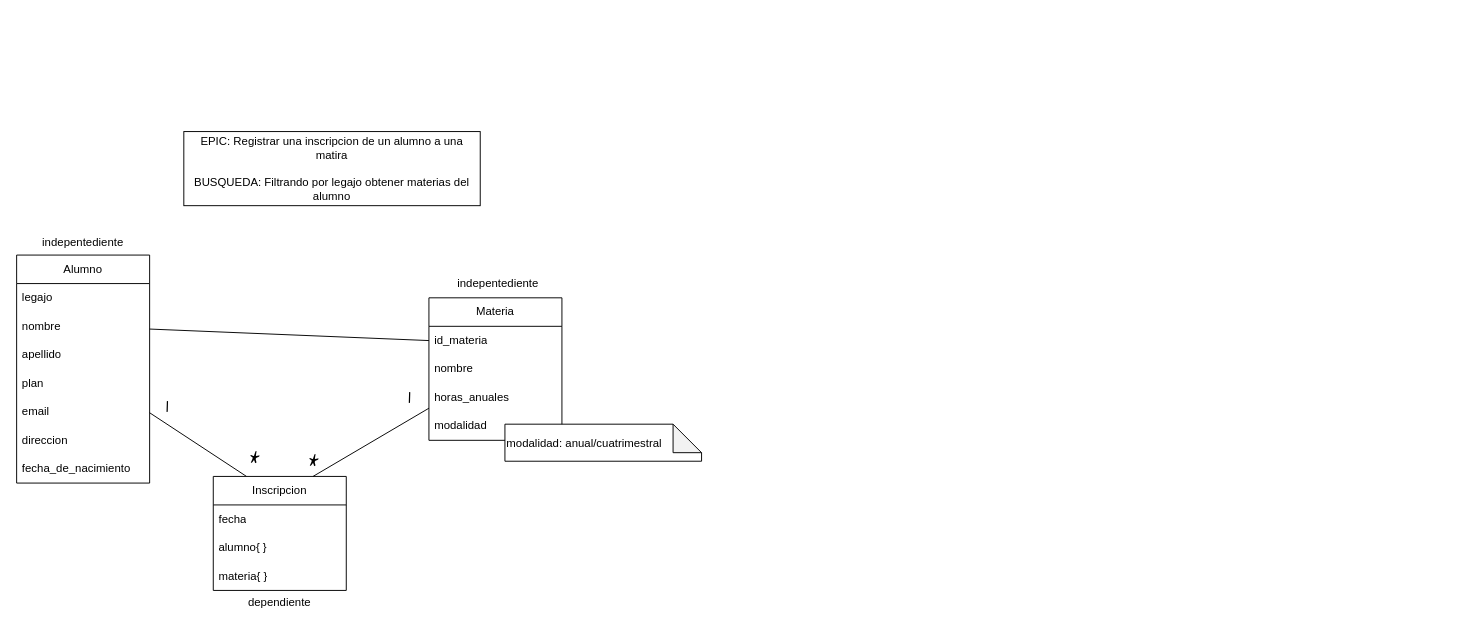
Earlier version of the draw.io diagram modelo.drawio (FedeeMest/fullstack_app_FB). Source tidied: cells renumbered, new cells numbered last; positions are measured from the earlier drawing's top-left corner, leaving out a move shared by most shapes. Both pictures are drawn from the tidied source at 95%, with x=0, y=0 at pixel (16, 131).
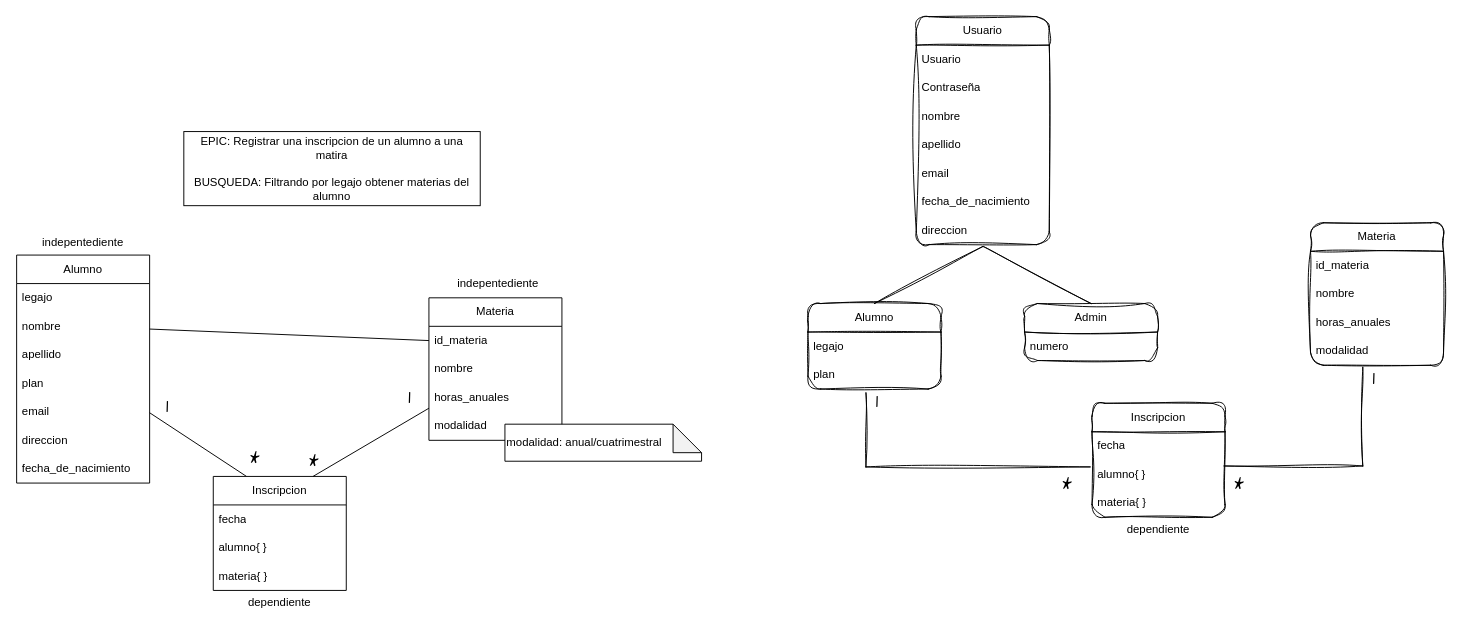
Above is the later version.

Diff of the diagram source:
```diff
@@
+    <mxCell id="31" style="edgeStyle=none;sketch=1;hachureGap=4;jiggle=2;curveFitting=1;html=1;fontFamily=Architects Daughter;fontSize=16;exitX=0.436;exitY=1.133;exitDx=0;exitDy=0;exitPerimeter=0;entryX=-0.014;entryY=0.233;entryDx=0;entryDy=0;entryPerimeter=0;endArrow=none;endFill=0;rounded=0;" parent="1" edge="1" source="34" target="42">
+      <mxGeometry relative="1" as="geometry">
+        <Array as="points">
+          <mxPoint x="894" y="353" />
+        </Array>
+      </mxGeometry>
+    </mxCell>
+    <mxCell id="32" value="Alumno" style="swimlane;fontStyle=0;horizontal=1;startSize=30;whiteSpace=wrap;html=1;sketch=1;curveFitting=1;jiggle=2;rounded=1;glass=0;shadow=0;" parent="1" vertex="1">
+      <mxGeometry x="833" y="181" width="140" height="90" as="geometry" />
+    </mxCell>
+    <mxCell id="33" value="legajo" style="text;strokeColor=none;fillColor=none;align=left;verticalAlign=middle;spacingLeft=4;spacingRight=4;overflow=hidden;whiteSpace=wrap;html=1;" parent="32" vertex="1">
+      <mxGeometry y="30" width="140" height="30" as="geometry" />
+    </mxCell>
+    <mxCell id="34" value="plan" style="text;strokeColor=none;fillColor=none;align=left;verticalAlign=middle;spacingLeft=4;spacingRight=4;overflow=hidden;points=[[0,0.5],[1,0.5]];portConstraint=eastwest;whiteSpace=wrap;html=1;" parent="32" vertex="1">
+      <mxGeometry y="60" width="140" height="30" as="geometry" />
+    </mxCell>
+    <mxCell id="35" value="Materia" style="swimlane;fontStyle=0;horizontal=1;startSize=30;whiteSpace=wrap;html=1;sketch=1;curveFitting=1;jiggle=2;rounded=1;" parent="1" vertex="1">
+      <mxGeometry x="1362" y="96" width="140" height="150" as="geometry" />
+    </mxCell>
+    <mxCell id="36" value="id_materia" style="text;strokeColor=none;fillColor=none;align=left;verticalAlign=middle;spacingLeft=4;spacingRight=4;overflow=hidden;whiteSpace=wrap;html=1;" parent="35" vertex="1">
+      <mxGeometry y="30" width="140" height="30" as="geometry" />
+    </mxCell>
+    <mxCell id="37" value="nombre" style="text;strokeColor=none;fillColor=none;align=left;verticalAlign=middle;spacingLeft=4;spacingRight=4;overflow=hidden;whiteSpace=wrap;html=1;" parent="35" vertex="1">
+      <mxGeometry y="60" width="140" height="30" as="geometry" />
+    </mxCell>
+    <mxCell id="38" value="horas_anuales" style="text;strokeColor=none;fillColor=none;align=left;verticalAlign=middle;spacingLeft=4;spacingRight=4;overflow=hidden;whiteSpace=wrap;html=1;" parent="35" vertex="1">
+      <mxGeometry y="90" width="140" height="30" as="geometry" />
+    </mxCell>
+    <mxCell id="39" value="modalidad" style="text;strokeColor=none;fillColor=none;align=left;verticalAlign=middle;spacingLeft=4;spacingRight=4;overflow=hidden;points=[[0,0.5],[1,0.5]];portConstraint=eastwest;whiteSpace=wrap;html=1;" parent="35" vertex="1">
+      <mxGeometry y="120" width="140" height="30" as="geometry" />
+    </mxCell>
+    <mxCell id="40" value="Inscripcion" style="swimlane;fontStyle=0;horizontal=1;startSize=30;whiteSpace=wrap;html=1;sketch=1;curveFitting=1;jiggle=2;rounded=1;" parent="1" vertex="1">
+      <mxGeometry x="1132" y="286" width="140" height="120" as="geometry" />
+    </mxCell>
+    <mxCell id="41" value="fecha" style="text;strokeColor=none;fillColor=none;align=left;verticalAlign=middle;spacingLeft=4;spacingRight=4;overflow=hidden;whiteSpace=wrap;html=1;" parent="40" vertex="1">
+      <mxGeometry y="30" width="140" height="30" as="geometry" />
+    </mxCell>
+    <mxCell id="42" value="alumno{&amp;nbsp;&lt;span style=&quot;background-color: initial;&quot;&gt;}&lt;/span&gt;" style="text;strokeColor=none;fillColor=none;align=left;verticalAlign=middle;spacingLeft=4;spacingRight=4;overflow=hidden;points=[[0,0.5],[1,0.5]];portConstraint=eastwest;whiteSpace=wrap;html=1;" parent="40" vertex="1">
+      <mxGeometry y="60" width="140" height="30" as="geometry" />
+    </mxCell>
+    <mxCell id="43" value="materia{ }" style="text;strokeColor=none;fillColor=none;align=left;verticalAlign=middle;spacingLeft=4;spacingRight=4;overflow=hidden;whiteSpace=wrap;html=1;" parent="40" vertex="1">
+      <mxGeometry y="90" width="140" height="30" as="geometry" />
+    </mxCell>
+    <mxCell id="44" value="dependiente" style="text;html=1;align=center;verticalAlign=middle;whiteSpace=wrap;rounded=0;" parent="1" vertex="1">
+      <mxGeometry x="1172" y="404" width="60" height="30" as="geometry" />
+    </mxCell>
+    <mxCell id="45" style="jettySize=auto;html=1;endArrow=none;endFill=0;exitX=0.393;exitY=1.067;exitDx=0;exitDy=0;exitPerimeter=0;rounded=0;sketch=1;curveFitting=1;jiggle=2;" parent="1" edge="1" source="39">
+      <mxGeometry relative="1" as="geometry">
+        <mxPoint x="1271" y="352" as="targetPoint" />
+        <Array as="points">
+          <mxPoint x="1417" y="352" />
+        </Array>
+      </mxGeometry>
+    </mxCell>
+    <mxCell id="46" value="*" style="text;html=1;strokeColor=none;fillColor=none;align=center;verticalAlign=middle;whiteSpace=wrap;rounded=0;sketch=1;hachureGap=4;jiggle=2;curveFitting=1;fontFamily=Architects Daughter;fontSize=20;" parent="1" vertex="1">
+      <mxGeometry x="1076" y="357" width="60" height="30" as="geometry" />
+    </mxCell>
+    <mxCell id="47" value="1" style="text;html=1;strokeColor=none;fillColor=none;align=center;verticalAlign=middle;whiteSpace=wrap;rounded=0;sketch=1;hachureGap=4;jiggle=2;curveFitting=1;fontFamily=Architects Daughter;fontSize=20;" parent="1" vertex="1">
+      <mxGeometry x="1399" y="244" width="60" height="30" as="geometry" />
+    </mxCell>
+    <mxCell id="48" value="*" style="text;html=1;strokeColor=none;fillColor=none;align=center;verticalAlign=middle;whiteSpace=wrap;rounded=0;sketch=1;hachureGap=4;jiggle=2;curveFitting=1;fontFamily=Architects Daughter;fontSize=20;" parent="1" vertex="1">
+      <mxGeometry x="1257" y="357" width="60" height="30" as="geometry" />
+    </mxCell>
+    <mxCell id="49" value="Admin" style="swimlane;fontStyle=0;horizontal=1;startSize=30;whiteSpace=wrap;html=1;sketch=1;curveFitting=1;jiggle=2;rounded=1;" parent="1" vertex="1">
+      <mxGeometry x="1061" y="181" width="140" height="60" as="geometry" />
+    </mxCell>
+    <mxCell id="50" value="numero" style="text;strokeColor=none;fillColor=none;align=left;verticalAlign=middle;spacingLeft=4;spacingRight=4;overflow=hidden;whiteSpace=wrap;html=1;glass=0;rounded=0;" parent="49" vertex="1">
+      <mxGeometry y="30" width="140" height="30" as="geometry" />
+    </mxCell>
+    <mxCell id="51" style="edgeStyle=none;sketch=1;hachureGap=4;jiggle=2;curveFitting=1;html=1;entryX=0.5;entryY=0;entryDx=0;entryDy=0;fontFamily=Architects Daughter;fontSize=16;exitX=0.5;exitY=1.067;exitDx=0;exitDy=0;exitPerimeter=0;endArrow=none;endFill=0;" parent="1" edge="1" source="59" target="32">
+      <mxGeometry relative="1" as="geometry" />
+    </mxCell>
+    <mxCell id="52" value="Usuario" style="swimlane;fontStyle=0;horizontal=1;startSize=30;whiteSpace=wrap;html=1;sketch=1;curveFitting=1;jiggle=2;rounded=1;" parent="1" vertex="1">
+      <mxGeometry x="947" y="-121" width="140" height="240" as="geometry" />
+    </mxCell>
+    <mxCell id="53" value="Usuario" style="text;strokeColor=none;fillColor=none;align=left;verticalAlign=middle;spacingLeft=4;spacingRight=4;overflow=hidden;whiteSpace=wrap;html=1;" parent="52" vertex="1">
+      <mxGeometry y="30" width="140" height="30" as="geometry" />
+    </mxCell>
+    <mxCell id="54" value="Contraseña" style="text;strokeColor=none;fillColor=none;align=left;verticalAlign=middle;spacingLeft=4;spacingRight=4;overflow=hidden;whiteSpace=wrap;html=1;" parent="52" vertex="1">
+      <mxGeometry y="60" width="140" height="30" as="geometry" />
+    </mxCell>
+    <mxCell id="55" value="nombre" style="text;strokeColor=none;fillColor=none;align=left;verticalAlign=middle;spacingLeft=4;spacingRight=4;overflow=hidden;whiteSpace=wrap;html=1;" parent="52" vertex="1">
+      <mxGeometry y="90" width="140" height="30" as="geometry" />
+    </mxCell>
+    <mxCell id="56" value="apellido" style="text;strokeColor=none;fillColor=none;align=left;verticalAlign=middle;spacingLeft=4;spacingRight=4;overflow=hidden;whiteSpace=wrap;html=1;" parent="52" vertex="1">
+      <mxGeometry y="120" width="140" height="30" as="geometry" />
+    </mxCell>
+    <mxCell id="57" value="email" style="text;strokeColor=none;fillColor=none;align=left;verticalAlign=middle;spacingLeft=4;spacingRight=4;overflow=hidden;whiteSpace=wrap;html=1;" parent="52" vertex="1">
+      <mxGeometry y="150" width="140" height="30" as="geometry" />
+    </mxCell>
+    <mxCell id="58" value="fecha_de_nacimiento" style="text;strokeColor=none;fillColor=none;align=left;verticalAlign=middle;spacingLeft=4;spacingRight=4;overflow=hidden;whiteSpace=wrap;html=1;" parent="52" vertex="1">
+      <mxGeometry y="180" width="140" height="30" as="geometry" />
+    </mxCell>
+    <mxCell id="59" value="direccion" style="text;strokeColor=none;fillColor=none;align=left;verticalAlign=middle;spacingLeft=4;spacingRight=4;overflow=hidden;points=[[0,0.5],[1,0.5]];portConstraint=eastwest;whiteSpace=wrap;html=1;" parent="52" vertex="1">
+      <mxGeometry y="210" width="140" height="30" as="geometry" />
+    </mxCell>
+    <mxCell id="60" style="edgeStyle=none;sketch=1;hachureGap=4;jiggle=2;curveFitting=1;html=1;entryX=0.5;entryY=0;entryDx=0;entryDy=0;fontFamily=Architects Daughter;fontSize=16;exitX=0.5;exitY=1.067;exitDx=0;exitDy=0;exitPerimeter=0;curved=1;endArrow=none;endFill=0;" parent="1" edge="1" source="59" target="49">
+      <mxGeometry relative="1" as="geometry" />
+    </mxCell>
+    <mxCell id="61" value="1" style="text;html=1;strokeColor=none;fillColor=none;align=center;verticalAlign=middle;whiteSpace=wrap;rounded=0;sketch=1;hachureGap=4;jiggle=2;curveFitting=1;fontFamily=Architects Daughter;fontSize=20;" parent="1" vertex="1">
+      <mxGeometry x="876" y="268" width="60" height="30" as="geometry" />
+    </mxCell>
```
